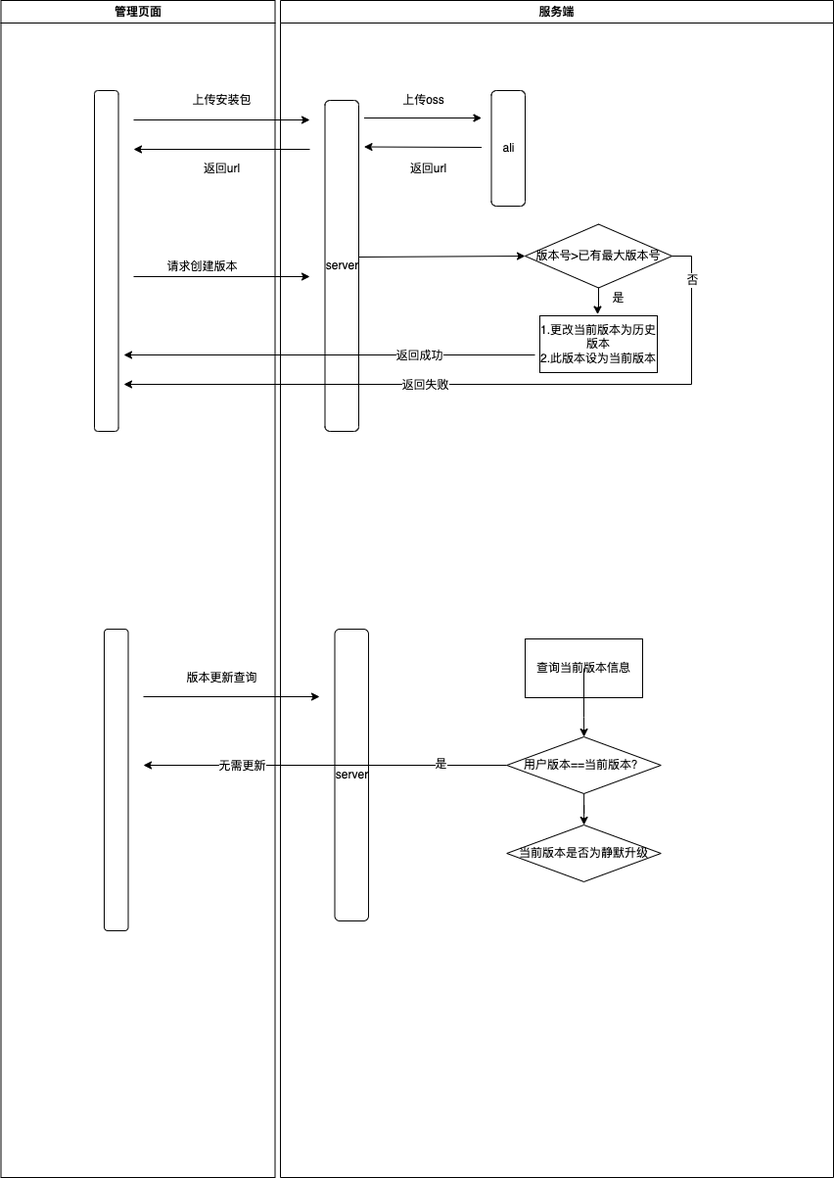
Before: ota-create-version.drawio.png, a diagram exported from draw.io (lh-hugh/mocha-demos). Source tidied: cells renumbered, new cells last; positions are measured from the earlier drawing's top-left corner, leaving out a move shared by most shapes.
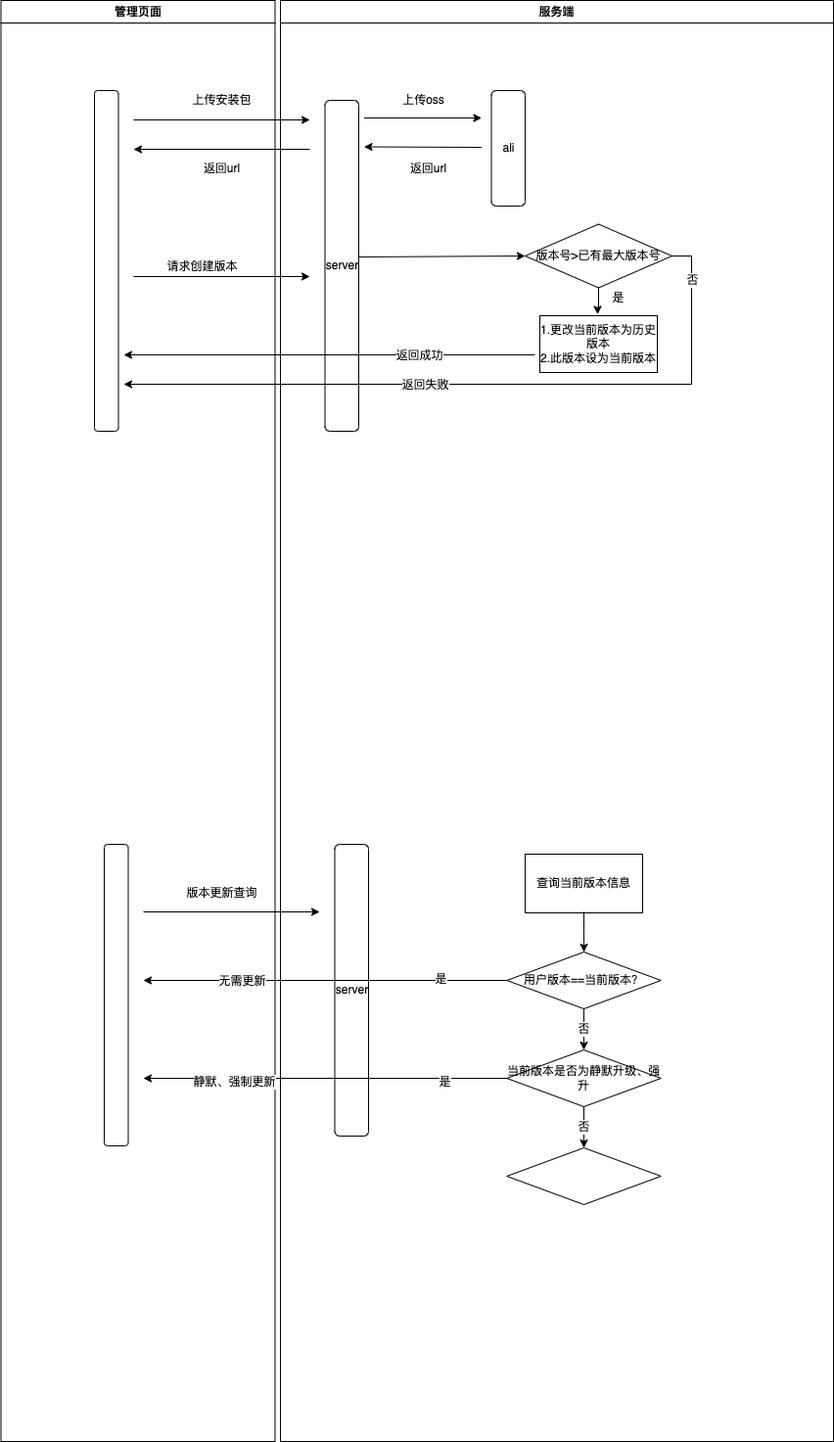
Later version of the same file.

Diff of the diagram source:
```diff
@@ -3,7 +3,7 @@
     <mxCell id="0" />
     <mxCell id="1" parent="0" />
     <mxCell id="2" value="管理页面" style="swimlane;whiteSpace=wrap;" parent="1" vertex="1">
-      <mxGeometry x="0.5" width="280" height="1202" as="geometry" />
+      <mxGeometry x="0.5" width="280" height="1472" as="geometry" />
     </mxCell>
     <mxCell id="3" style="rounded=1;whiteSpace=wrap;html=1;" parent="2" vertex="1">
       <mxGeometry x="95.5" y="92" width="24.5" height="348" as="geometry" />
@@ -24,7 +24,7 @@
       <mxGeometry x="160.5" y="262" width="90" height="20" as="geometry" />
     </mxCell>
     <mxCell id="8" value="服务端" style="swimlane;whiteSpace=wrap;" parent="1" vertex="1">
-      <mxGeometry x="286" width="565" height="1202" as="geometry" />
+      <mxGeometry x="286" width="565" height="1472" as="geometry" />
     </mxCell>
     <mxCell id="9" value="ali" style="rounded=1;whiteSpace=wrap;html=1;" parent="8" vertex="1">
       <mxGeometry x="215.5" y="92" width="34.5" height="118" as="geometry" />
@@ -57,7 +57,7 @@
       <mxGeometry x="250" y="228.5" width="150" height="65" as="geometry" />
     </mxCell>
     <mxCell id="17" value="server" style="rounded=1;whiteSpace=wrap;html=1;" parent="8" vertex="1">
-      <mxGeometry x="55.5" y="642" width="34.5" height="298" as="geometry" />
+      <mxGeometry x="55.5" y="862" width="34.5" height="298" as="geometry" />
     </mxCell>
     <mxCell id="18" value="1.更改当前版本为历史版本&lt;br&gt;2.此版本设为当前版本" style="whiteSpace=wrap;html=1;fillColor=rgb(255, 255, 255);strokeColor=rgb(0, 0, 0);fontColor=rgb(0, 0, 0);" parent="8" vertex="1">
       <mxGeometry x="265" y="322" width="120" height="58" as="geometry" />
@@ -66,23 +66,29 @@
       <mxGeometry x="117.8" y="352" width="40" height="20" as="geometry" />
     </mxCell>
     <mxCell id="20" value="查询当前版本信息" style="whiteSpace=wrap;html=1;fillColor=rgb(255, 255, 255);strokeColor=rgb(0, 0, 0);fontColor=rgb(0, 0, 0);" parent="8" vertex="1">
-      <mxGeometry x="250" y="652" width="120" height="60" as="geometry" />
+      <mxGeometry x="250" y="872" width="120" height="60" as="geometry" />
     </mxCell>
     <mxCell id="21" value="用户版本==当前版本？" style="rhombus;whiteSpace=wrap;html=1;fillColor=rgb(255, 255, 255);strokeColor=rgb(0, 0, 0);fontColor=rgb(0, 0, 0);" parent="8" vertex="1">
-      <mxGeometry x="231.2" y="752" width="157.5" height="58" as="geometry" />
+      <mxGeometry x="231.2" y="972" width="157.5" height="58" as="geometry" />
     </mxCell>
-    <mxCell id="22" style="edgeStyle=orthogonalEdgeStyle;rounded=0;jettySize=auto;html=1;" parent="8" edge="1" source="20" target="21">
+    <mxCell id="22" style="edgeStyle=orthogonalEdgeStyle;rounded=0;jettySize=auto;html=1;exitX=0.5;exitY=0.983;exitDx=0;exitDy=0;exitPerimeter=0;" parent="8" edge="1" source="20" target="21">
       <mxGeometry relative="1" as="geometry" />
     </mxCell>
-    <mxCell id="23" value="当前版本是否为静默升级" style="rhombus;whiteSpace=wrap;html=1;fillColor=rgb(255, 255, 255);strokeColor=rgb(0, 0, 0);fontColor=rgb(0, 0, 0);" parent="8" vertex="1">
-      <mxGeometry x="231.2" y="842" width="157.5" height="58" as="geometry" />
+    <mxCell id="23" value="当前版本是否为静默升级、强升" style="rhombus;whiteSpace=wrap;html=1;fillColor=rgb(255, 255, 255);strokeColor=rgb(0, 0, 0);fontColor=rgb(0, 0, 0);" parent="8" vertex="1">
+      <mxGeometry x="231.2" y="1072" width="157.5" height="58" as="geometry" />
     </mxCell>
-    <mxCell id="24" style="edgeStyle=orthogonalEdgeStyle;rounded=0;jettySize=auto;html=1;" parent="8" edge="1" source="21" target="23">
+    <mxCell id="24" value="否" style="edgeStyle=orthogonalEdgeStyle;rounded=0;jettySize=auto;html=1;" parent="8" edge="1" source="21" target="23">
       <mxGeometry relative="1" as="geometry" />
     </mxCell>
     <mxCell id="25" value="是" style="text;html=1;align=center;verticalAlign=middle;strokeColor=none;fillColor=none;" parent="8" vertex="1">
       <mxGeometry x="330" y="293.5" width="30" height="20" as="geometry" />
     </mxCell>
+    <mxCell id="40" style="rhombus;whiteSpace=wrap;html=1;fillColor=rgb(255, 255, 255);strokeColor=rgb(0, 0, 0);fontColor=rgb(0, 0, 0);" parent="8" vertex="1">
+      <mxGeometry x="231.2" y="1172" width="157.5" height="58" as="geometry" />
+    </mxCell>
+    <mxCell id="41" value="否" style="edgeStyle=orthogonalEdgeStyle;rounded=0;jettySize=auto;html=1;" parent="8" edge="1" source="23" target="40">
+      <mxGeometry relative="1" as="geometry" />
+    </mxCell>
     <mxCell id="26" style="endArrow=classic;html=1;rounded=0;" parent="1" edge="1">
       <mxGeometry relative="1" as="geometry">
         <mxPoint x="136" y="122" as="sourcePoint" />
@@ -101,16 +107,16 @@
       </mxGeometry>
     </mxCell>
     <mxCell id="29" style="rounded=1;whiteSpace=wrap;html=1;" parent="1" vertex="1">
-      <mxGeometry x="106" y="642" width="24.5" height="308" as="geometry" />
+      <mxGeometry x="106" y="862" width="24.5" height="308" as="geometry" />
     </mxCell>
     <mxCell id="30" style="endArrow=classic;html=1;rounded=0;" parent="1" edge="1">
       <mxGeometry relative="1" as="geometry">
-        <mxPoint x="146" y="711" as="sourcePoint" />
-        <mxPoint x="326" y="711" as="targetPoint" />
+        <mxPoint x="146" y="931" as="sourcePoint" />
+        <mxPoint x="326" y="931" as="targetPoint" />
       </mxGeometry>
     </mxCell>
     <mxCell id="31" value="版本更新查询" style="text;html=1;align=center;verticalAlign=middle;strokeColor=none;fillColor=none;" parent="1" vertex="1">
-      <mxGeometry x="181" y="682" width="90" height="20" as="geometry" />
+      <mxGeometry x="181" y="902" width="90" height="20" as="geometry" />
     </mxCell>
     <mxCell id="32" style="edgeStyle=orthogonalEdgeStyle;rounded=0;orthogonalLoop=1;jettySize=auto;html=1;" parent="1" edge="1">
       <mxGeometry relative="1" as="geometry">
@@ -141,7 +147,7 @@
     </mxCell>
     <mxCell id="37" style="edgeStyle=orthogonalEdgeStyle;rounded=0;jettySize=auto;html=1;" parent="1" edge="1" source="21">
       <mxGeometry relative="1" as="geometry">
-        <mxPoint x="146" y="781" as="targetPoint" />
+        <mxPoint x="146" y="1001" as="targetPoint" />
       </mxGeometry>
     </mxCell>
     <mxCell id="38" value="无需更新" style="edgeLabel;html=1;align=center;verticalAlign=middle;" parent="37" vertex="1">
@@ -152,5 +158,19 @@
     <mxCell id="39" value="是" style="edgeLabel;html=1;align=center;verticalAlign=middle;" parent="37" vertex="1">
       <mxGeometry x="-0.63" y="-2" relative="1" as="geometry" />
     </mxCell>
+    <mxCell id="42" style="edgeStyle=orthogonalEdgeStyle;rounded=0;jettySize=auto;html=1;" parent="1" edge="1" source="23">
+      <mxGeometry relative="1" as="geometry">
+        <mxPoint x="146" y="1101" as="targetPoint" />
+        <Array as="points">
+          <mxPoint x="146" y="1101" />
+        </Array>
+      </mxGeometry>
+    </mxCell>
+    <mxCell id="43" value="是" style="edgeLabel;html=1;align=center;verticalAlign=middle;" parent="42" vertex="1">
+      <mxGeometry x="-0.65" y="3" relative="1" as="geometry" />
+    </mxCell>
+    <mxCell id="44" value="静默、强制更新" style="edgeLabel;html=1;align=center;verticalAlign=middle;" parent="42" vertex="1">
+      <mxGeometry x="0.5" y="3" relative="1" as="geometry" />
+    </mxCell>
   </root>
 </mxGraphModel>
```
